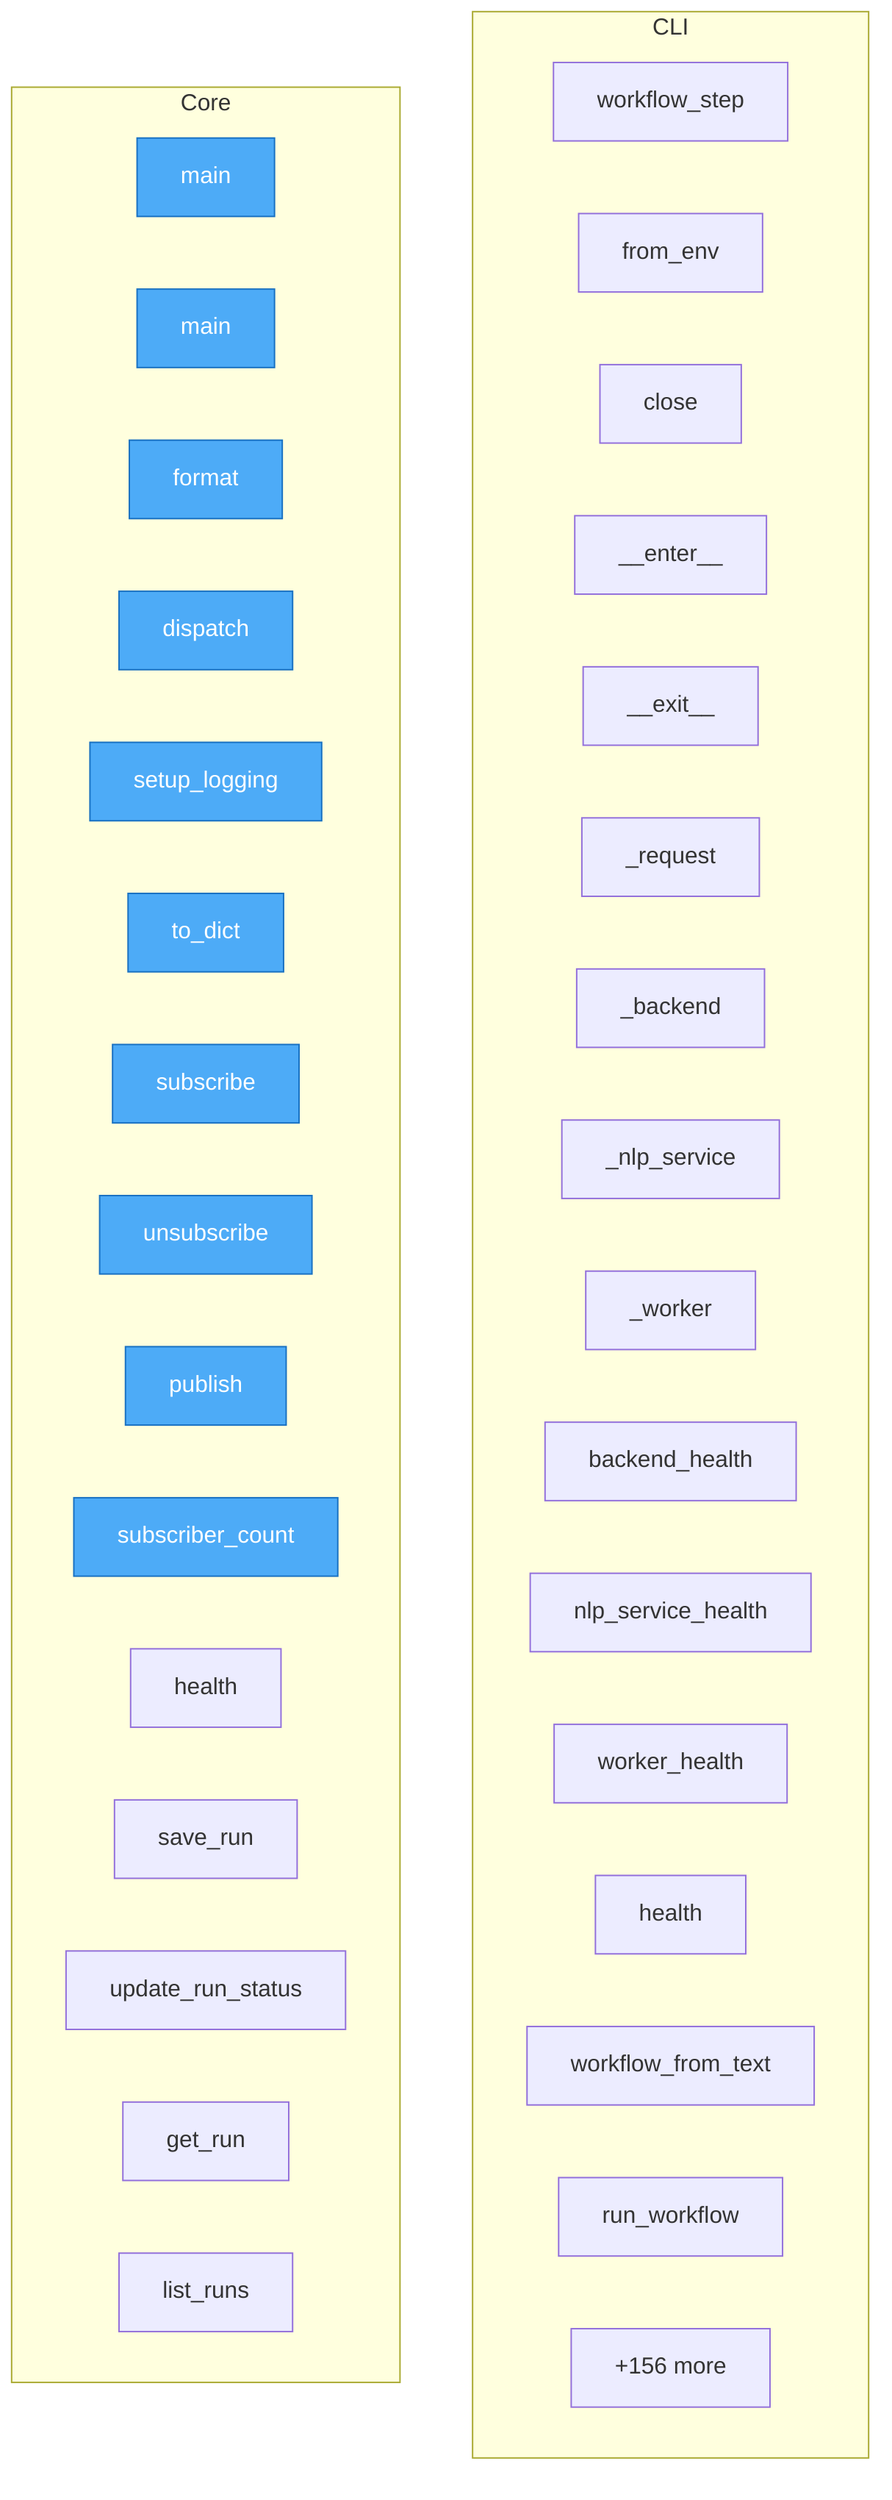
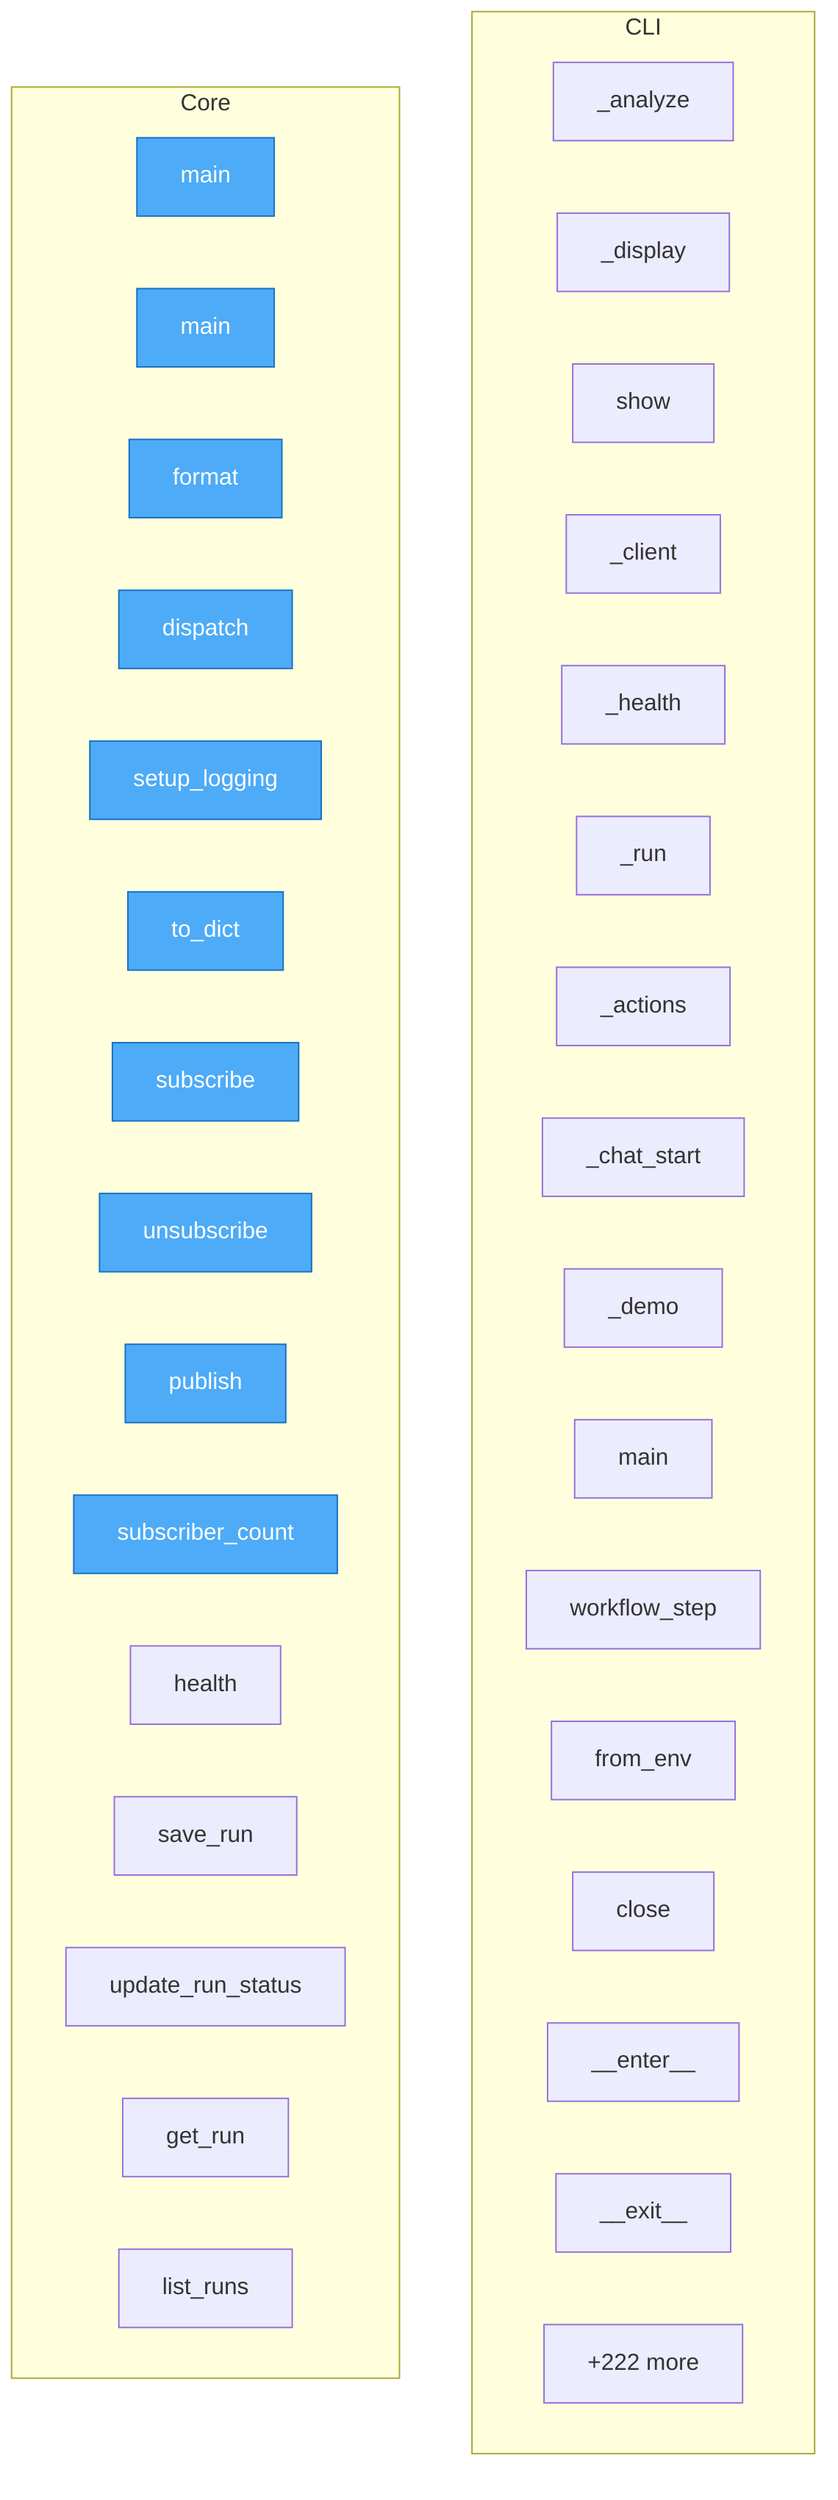
flowchart TD
%% generated in 0.02s

    %% Entry points (blue)
    classDef entry fill:#4dabf7,stroke:#1971c2,color:#fff

    subgraph CLI
+         nlp2dsl_sdk__cli___analyze["_analyze"]
+         nlp2dsl_sdk__cli___display["_display"]
+         nlp2dsl_sdk__cli__show["show"]
+         nlp2dsl_sdk__cli___client["_client"]
+         nlp2dsl_sdk__cli___health["_health"]
+         nlp2dsl_sdk__cli___run["_run"]
+         nlp2dsl_sdk__cli___actions["_actions"]
+         nlp2dsl_sdk__cli___chat_start["_chat_start"]
+         nlp2dsl_sdk__cli___demo["_demo"]
+         nlp2dsl_sdk__cli__main["main"]
        nlp2dsl_sdk__client__workflow_step["workflow_step"]
        nlp2dsl_sdk__client__NLP2DSLClient__from_env["from_env"]
        nlp2dsl_sdk__client__NLP2DSLClient__close["close"]
        nlp2dsl_sdk__client__NLP2DSLClient____enter__["__enter__"]
        nlp2dsl_sdk__client__NLP2DSLClient____exit__["__exit__"]
-         nlp2dsl_sdk__client__NLP2DSLClient___request["_request"]
-         nlp2dsl_sdk__client__NLP2DSLClient___backend["_backend"]
-         nlp2dsl_sdk__client__NLP2DSLClient___nlp_service["_nlp_service"]
-         nlp2dsl_sdk__client__NLP2DSLClient___worker["_worker"]
-         nlp2dsl_sdk__client__NLP2DSLClient__backend_health["backend_health"]
-         nlp2dsl_sdk__client__NLP2DSLClient__nlp_service_health["nlp_service_health"]
-         nlp2dsl_sdk__client__NLP2DSLClient__worker_health["worker_health"]
-         nlp2dsl_sdk__client__NLP2DSLClient__health["health"]
-         nlp2dsl_sdk__client__NLP2DSLClient__workflow_from_text["workflow_from_text"]
-         nlp2dsl_sdk__client__NLP2DSLClient__run_workflow["run_workflow"]
-         ...["+34 more"]
+         ...["+44 more"]
    end

    subgraph Core
        tauri_wrapper__src_tauri__build__main["main"]
        tauri_wrapper__src_tauri__src__main__main["main"]
        backend__app__logging_setup__JSONFormatter__format["format"]
        backend__app__logging_setup__RequestIDMiddleware__dispatch["dispatch"]
        backend__app__logging_setup__setup_logging["setup_logging"]
        backend__app__workflow_events__WorkflowEvent__to_dict["to_dict"]
        backend__app__workflow_events__WorkflowEventHub__subscribe["subscribe"]
        backend__app__workflow_events__WorkflowEventHub__unsubscribe["unsubscribe"]
        backend__app__workflow_events__WorkflowEventHub__publish["publish"]
        backend__app__workflow_events__WorkflowEventHub__subscriber_count["subscriber_count"]
        backend__app__main__health["health"]
        backend__app__db__memory__MemoryWorkflowRepo__save_run["save_run"]
        backend__app__db__memory__MemoryWorkflowRepo__update_run_status["update_run_status"]
        backend__app__db__memory__MemoryWorkflowRepo__get_run["get_run"]
        backend__app__db__memory__MemoryWorkflowRepo__list_runs["list_runs"]
-         ...["+156 more"]
+         ...["+222 more"]
    end

    class tauri_wrapper__src_tauri__build__main,tauri_wrapper__src_tauri__src__main__main,backend__app__logging_setup__JSONFormatter__format,backend__app__logging_setup__RequestIDMiddleware__dispatch,backend__app__logging_setup__setup_logging,backend__app__workflow_events__WorkflowEvent__to_dict,backend__app__workflow_events__WorkflowEventHub__subscribe,backend__app__workflow_events__WorkflowEventHub__unsubscribe,backend__app__workflow_events__WorkflowEventHub__publish,backend__app__workflow_events__WorkflowEventHub__subscriber_count entry
